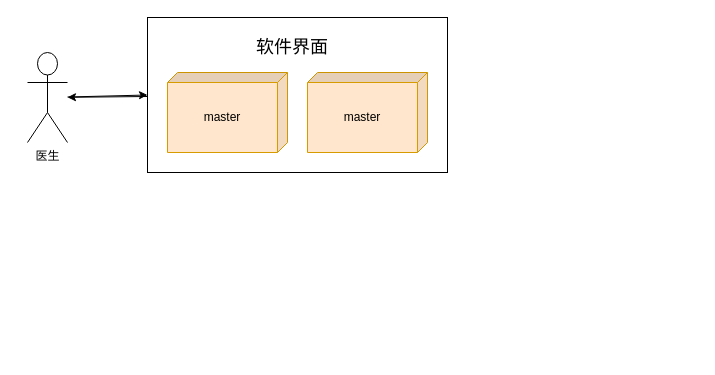
Earlier version of the draw.io diagram pipeline.drawio (sty16/diagrams). Source tidied: cells renumbered, new cells numbered last; positions are measured from the earlier drawing's top-left corner, leaving out a move shared by most shapes. Both pictures are drawn from the tidied source at 100%, with x=0, y=0 at pixel (27, 17).
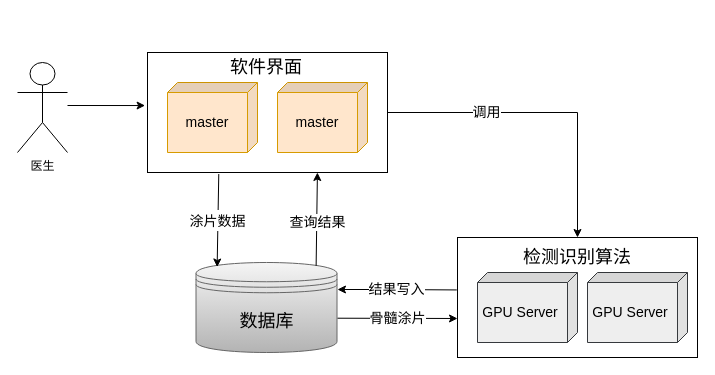
The same diagram, later.

Diff of the diagram source:
```diff
@@
-    <mxCell id="3" style="edgeStyle=none;rounded=0;jettySize=auto;html=1;entryX=0;entryY=0.5;entryDx=0;entryDy=0;" parent="1" edge="1" source="4" target="6">
-      <mxGeometry relative="1" as="geometry" />
+    <mxCell id="3" style="edgeStyle=none;rounded=0;jettySize=auto;html=1;entryX=-0.01;entryY=0.442;entryDx=0;entryDy=0;entryPerimeter=0;" parent="1" edge="1" target="6">
+      <mxGeometry relative="1" as="geometry">
+        <mxPoint x="40" y="88" as="sourcePoint" />
+      </mxGeometry>
     </mxCell>
     <mxCell id="4" value="医生" style="shape=umlActor;verticalLabelPosition=bottom;verticalAlign=top;html=1;outlineConnect=0;" parent="1" vertex="1">
-      <mxGeometry y="35" width="40" height="90" as="geometry" />
+      <mxGeometry x="-10" y="45" width="50" height="90" as="geometry" />
     </mxCell>
-    <mxCell id="5" style="edgeStyle=none;rounded=0;jettySize=auto;html=1;fontSize=18;" parent="1" edge="1" source="6" target="4">
-      <mxGeometry relative="1" as="geometry" />
-    </mxCell>
+    <mxCell id="10" value="&lt;font style=&quot;font-size: 14px&quot;&gt;调用&lt;/font&gt;" style="edgeStyle=orthogonalEdgeStyle;rounded=0;jettySize=auto;html=1;exitX=1;exitY=0.5;exitDx=0;exitDy=0;entryX=0.5;entryY=0;entryDx=0;entryDy=0;fontSize=14;" parent="1" edge="1" source="6" target="15">
+      <mxGeometry x="-0.37" relative="1" as="geometry" />
+    </mxCell>
     <mxCell id="6" style="rounded=0;whiteSpace=wrap;html=1;" parent="1" vertex="1">
-      <mxGeometry x="120" width="300" height="155" as="geometry" />
+      <mxGeometry x="120" y="35" width="240" height="120" as="geometry" />
     </mxCell>
-    <mxCell id="7" value="master" style="shape=cube;whiteSpace=wrap;html=1;boundedLbl=1;backgroundOutline=1;darkOpacity=0.05;darkOpacity2=0.1;size=10;rotation=0;fillColor=#ffe6cc;strokeColor=#d79b00;direction=south;" parent="1" vertex="1">
-      <mxGeometry x="140" y="55" width="120" height="80" as="geometry" />
+    <mxCell id="7" value="&lt;font style=&quot;font-size: 14px&quot;&gt;master&lt;/font&gt;" style="shape=cube;whiteSpace=wrap;html=1;boundedLbl=1;backgroundOutline=1;darkOpacity=0.05;darkOpacity2=0.1;size=10;rotation=0;fillColor=#ffe6cc;strokeColor=#d79b00;direction=south;" parent="1" vertex="1">
+      <mxGeometry x="140" y="65" width="90" height="70" as="geometry" />
     </mxCell>
-    <mxCell id="8" value="master" style="shape=cube;whiteSpace=wrap;html=1;boundedLbl=1;backgroundOutline=1;darkOpacity=0.05;darkOpacity2=0.1;size=10;rotation=0;fillColor=#ffe6cc;strokeColor=#d79b00;direction=south;" parent="1" vertex="1">
-      <mxGeometry x="280" y="55" width="120" height="80" as="geometry" />
+    <mxCell id="8" value="&lt;font style=&quot;font-size: 14px&quot;&gt;master&lt;/font&gt;" style="shape=cube;whiteSpace=wrap;html=1;boundedLbl=1;backgroundOutline=1;darkOpacity=0.05;darkOpacity2=0.1;size=10;rotation=0;fillColor=#ffe6cc;strokeColor=#d79b00;direction=south;" parent="1" vertex="1">
+      <mxGeometry x="250" y="65" width="90" height="70" as="geometry" />
     </mxCell>
     <mxCell id="9" value="&lt;font style=&quot;font-size: 18px&quot;&gt;软件界面&lt;/font&gt;" style="text;html=1;strokeColor=none;fillColor=none;align=center;verticalAlign=middle;whiteSpace=wrap;rounded=0;" parent="1" vertex="1">
-      <mxGeometry x="200" y="15" width="130" height="30" as="geometry" />
+      <mxGeometry x="174" y="35" width="130" height="30" as="geometry" />
     </mxCell>
+    <mxCell id="11" value="数据库" style="shape=datastore;whiteSpace=wrap;html=1;fontSize=18;fillColor=#f5f5f5;strokeColor=#666666;gradientColor=#b3b3b3;" parent="1" vertex="1">
+      <mxGeometry x="168.5" y="245" width="141" height="90" as="geometry" />
+    </mxCell>
+    <mxCell id="12" value="&lt;font style=&quot;font-size: 14px&quot;&gt;涂片数据&lt;/font&gt;" style="endArrow=classic;html=1;rounded=0;fontSize=18;exitX=0.297;exitY=1.013;exitDx=0;exitDy=0;exitPerimeter=0;entryX=0.15;entryY=0.05;entryDx=0;entryDy=0;entryPerimeter=0;" parent="1" edge="1" source="6" target="11">
+      <mxGeometry relative="1" as="geometry" />
+    </mxCell>
+    <mxCell id="13" style="endArrow=classic;html=1;rounded=0;fontSize=14;entryX=0.708;entryY=1;entryDx=0;entryDy=0;entryPerimeter=0;exitX=0.852;exitY=0.036;exitDx=0;exitDy=0;exitPerimeter=0;" parent="1" edge="1" source="11" target="6">
+      <mxGeometry relative="1" as="geometry" />
+    </mxCell>
+    <mxCell id="14" value="查询结果" style="edgeLabel;html=1;align=center;verticalAlign=middle;fontSize=14;" parent="13" vertex="1">
+      <mxGeometry x="-0.05" relative="1" as="geometry" />
+    </mxCell>
+    <mxCell id="15" style="rounded=0;whiteSpace=wrap;html=1;" parent="1" vertex="1">
+      <mxGeometry x="430" y="220" width="240" height="120" as="geometry" />
+    </mxCell>
+    <mxCell id="16" value="&lt;font style=&quot;font-size: 14px&quot;&gt;GPU Server&amp;nbsp;&lt;/font&gt;" style="shape=cube;whiteSpace=wrap;html=1;boundedLbl=1;backgroundOutline=1;darkOpacity=0.05;darkOpacity2=0.1;size=10;rotation=0;fillColor=#eeeeee;strokeColor=#36393d;direction=south;" parent="1" vertex="1">
+      <mxGeometry x="450" y="255" width="100" height="70" as="geometry" />
+    </mxCell>
+    <mxCell id="17" value="&lt;font style=&quot;font-size: 14px&quot;&gt;GPU Server&amp;nbsp;&lt;/font&gt;" style="shape=cube;whiteSpace=wrap;html=1;boundedLbl=1;backgroundOutline=1;darkOpacity=0.05;darkOpacity2=0.1;size=10;rotation=0;fillColor=#eeeeee;strokeColor=#36393d;direction=south;" parent="1" vertex="1">
+      <mxGeometry x="560" y="255" width="100" height="70" as="geometry" />
+    </mxCell>
+    <mxCell id="18" value="&lt;font style=&quot;font-size: 18px&quot;&gt;检测识别算法&lt;/font&gt;" style="text;html=1;strokeColor=none;fillColor=none;align=center;verticalAlign=middle;whiteSpace=wrap;rounded=0;" parent="1" vertex="1">
+      <mxGeometry x="485" y="225" width="130" height="30" as="geometry" />
+    </mxCell>
+    <mxCell id="19" value="结果写入" style="endArrow=classic;html=1;rounded=0;fontSize=14;exitX=-0.003;exitY=0.437;exitDx=0;exitDy=0;exitPerimeter=0;" parent="1" edge="1" source="15">
+      <mxGeometry relative="1" as="geometry">
+        <mxPoint x="310" y="272" as="targetPoint" />
+        <Array as="points">
+          <mxPoint x="360" y="272" />
+        </Array>
+      </mxGeometry>
+    </mxCell>
+    <mxCell id="20" value="骨髓涂片" style="endArrow=classic;html=1;rounded=0;fontSize=14;exitX=1.004;exitY=0.619;exitDx=0;exitDy=0;exitPerimeter=0;" parent="1" edge="1" source="11">
+      <mxGeometry relative="1" as="geometry">
+        <mxPoint x="430" y="301" as="targetPoint" />
+        <Array as="points">
+          <mxPoint x="430" y="301" />
+        </Array>
+      </mxGeometry>
+    </mxCell>
```
